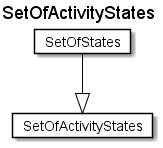
The PlantUML diagram fragments/diagrams/SetOfActivityStates.png in rtigran/rdf2adoc, before a commit. The source it was exported from:
```plantuml
@startuml
Title SetOfActivityStates

Card SetOfActivityStates #fff [
SetOfActivityStates
]
Card SetOfStates #fff [
SetOfStates
]
SetOfStates --|> SetOfActivityStates  #000
@enduml
```
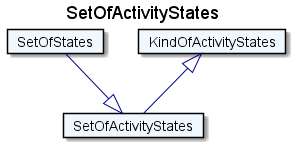
Above is the later version.

Diff of the diagram source:
```diff
@@ -1,11 +1,15 @@
 @startuml
 Title SetOfActivityStates
 
-Card SetOfActivityStates #fff [
+Card SetOfActivityStates #F0F8FF [
 SetOfActivityStates
 ]
-Card SetOfStates #fff [
+Card SetOfStates #F0F8FF [
 SetOfStates
 ]
-SetOfStates --|> SetOfActivityStates  #000
+SetOfStates --|> SetOfActivityStates  #00008B
+Card KindOfActivityStates #F0F8FF [
+KindOfActivityStates
+]
+KindOfActivityStates <|-- SetOfActivityStates  #00008B
 @enduml
```
